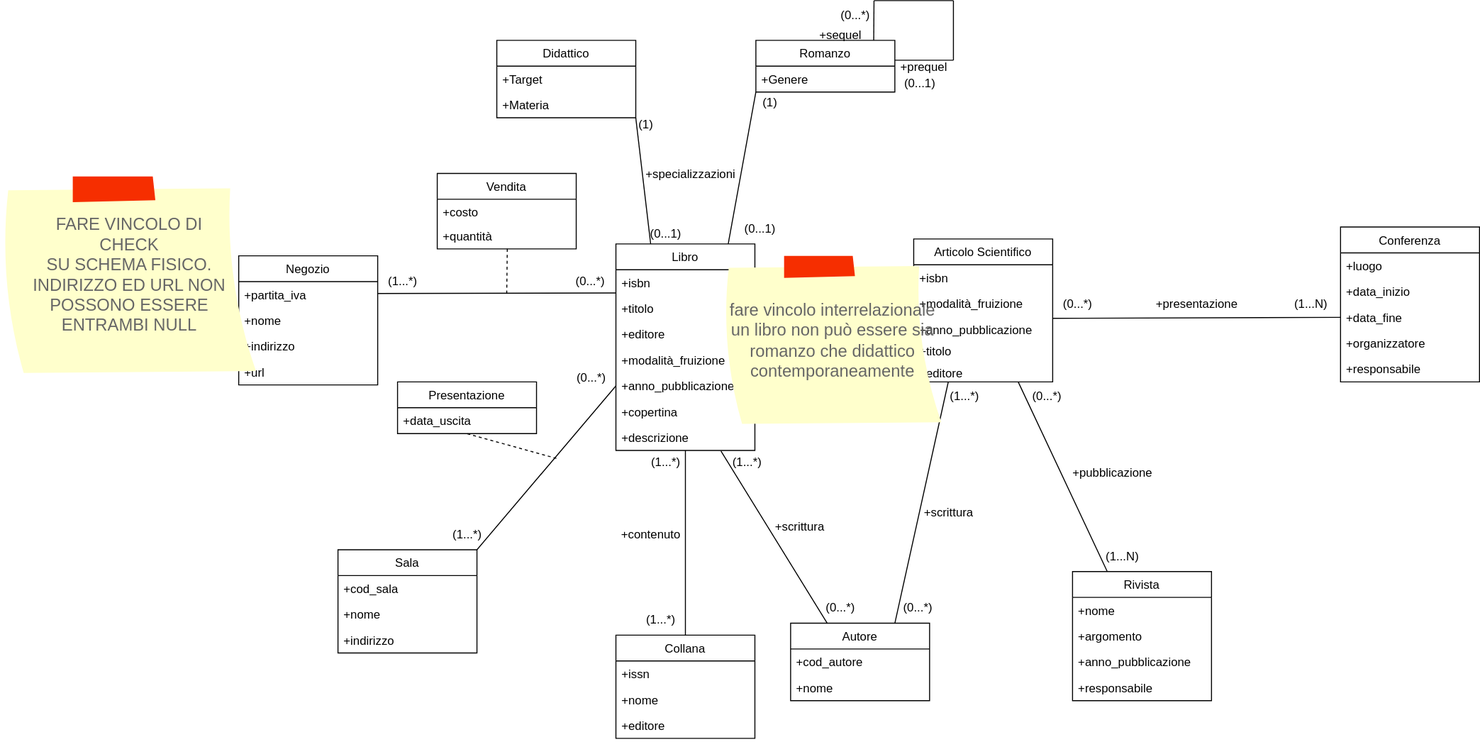
Before: Modello_Concettuale_Ristrutturato.drawio.svg, a diagram exported from draw.io (m3tt0/Progetto_OB_BASI). Source tidied: cells renumbered, new cells last; positions are measured from the earlier drawing's top-left corner, leaving out a move shared by most shapes.
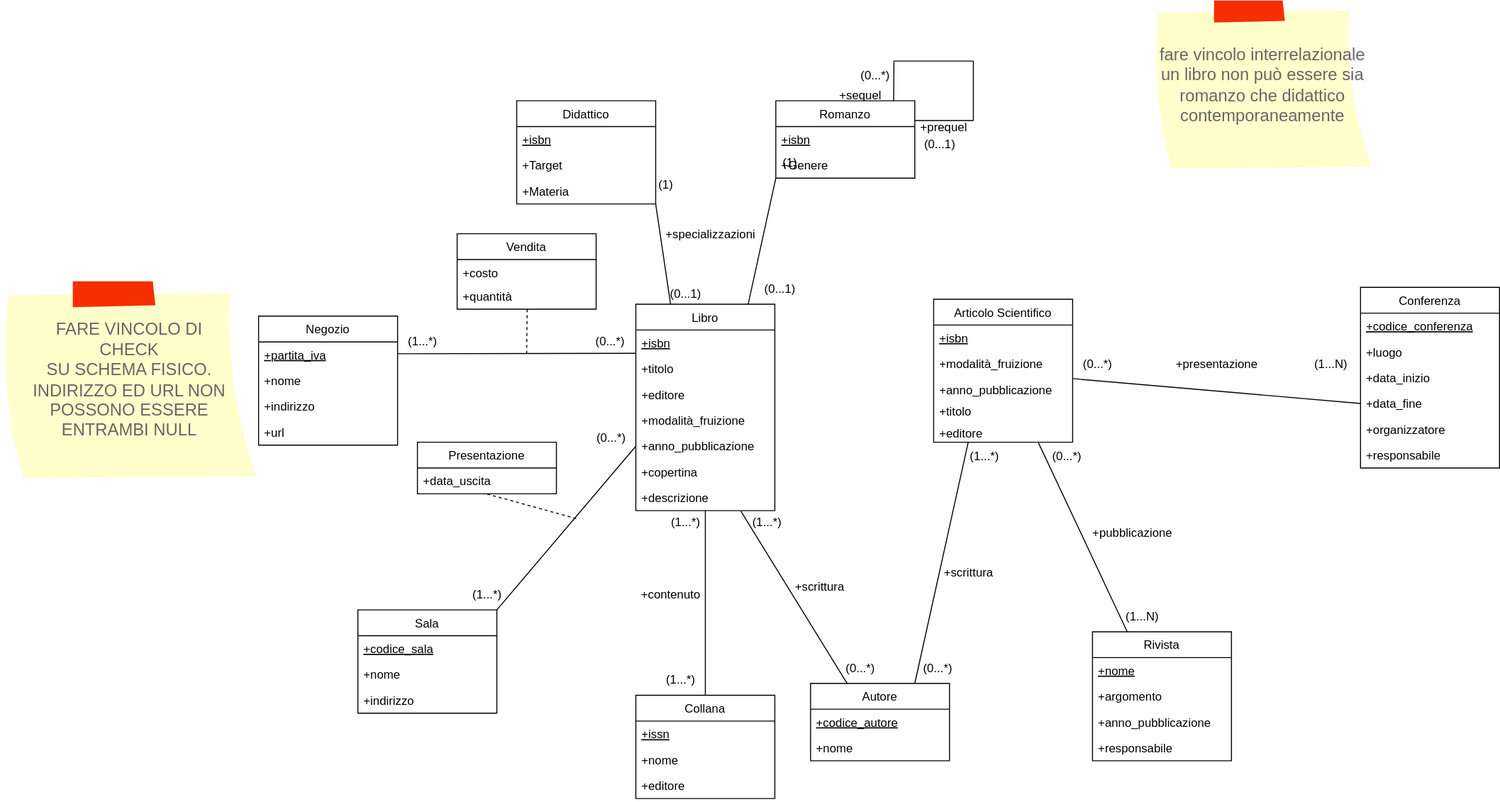
Above is the later version.

Commit message:
Aggiunti attributi identificatori

Change to the diagram source:
```diff
@@ -3,27 +3,30 @@
     <mxCell id="0" />
     <mxCell id="1" parent="0" />
     <mxCell id="2" value="Conferenza" style="swimlane;fontStyle=0;horizontal=1;startSize=26;fillColor=none;" parent="1" vertex="1">
-      <mxGeometry x="1350" y="228" width="140" height="156" as="geometry" />
+      <mxGeometry x="1350" y="228" width="140" height="182" as="geometry" />
     </mxCell>
+    <mxCell id="99" value="+codice_conferenza" style="text;strokeColor=none;fillColor=none;align=left;verticalAlign=top;spacingLeft=4;spacingRight=4;overflow=hidden;fontStyle=4;" parent="2" vertex="1">
+      <mxGeometry y="26" width="140" height="26" as="geometry" />
+    </mxCell>
     <mxCell id="3" value="+luogo" style="text;strokeColor=none;fillColor=none;align=left;verticalAlign=top;spacingLeft=4;spacingRight=4;overflow=hidden;" parent="2" vertex="1">
-      <mxGeometry y="26" width="140" height="26" as="geometry" />
+      <mxGeometry y="52" width="140" height="26" as="geometry" />
     </mxCell>
     <mxCell id="4" value="+data_inizio" style="text;strokeColor=none;fillColor=none;align=left;verticalAlign=top;spacingLeft=4;spacingRight=4;overflow=hidden;" parent="2" vertex="1">
-      <mxGeometry y="52" width="140" height="26" as="geometry" />
+      <mxGeometry y="78" width="140" height="26" as="geometry" />
     </mxCell>
     <mxCell id="5" value="+data_fine" style="text;strokeColor=none;fillColor=none;align=left;verticalAlign=top;spacingLeft=4;spacingRight=4;overflow=hidden;points=[[0,0.5],[1,0.5]];portConstraint=eastwest;" parent="2" vertex="1">
-      <mxGeometry y="78" width="140" height="26" as="geometry" />
+      <mxGeometry y="104" width="140" height="26" as="geometry" />
     </mxCell>
     <mxCell id="6" value="+organizzatore" style="text;strokeColor=none;fillColor=none;align=left;verticalAlign=top;spacingLeft=4;spacingRight=4;overflow=hidden;" parent="2" vertex="1">
-      <mxGeometry y="104" width="140" height="26" as="geometry" />
+      <mxGeometry y="130" width="140" height="26" as="geometry" />
     </mxCell>
     <mxCell id="7" value="+responsabile" style="text;strokeColor=none;fillColor=none;align=left;verticalAlign=top;spacingLeft=4;spacingRight=4;overflow=hidden;" parent="2" vertex="1">
-      <mxGeometry y="130" width="140" height="26" as="geometry" />
+      <mxGeometry y="156" width="140" height="26" as="geometry" />
     </mxCell>
     <mxCell id="8" value="Libro" style="swimlane;fontStyle=0;horizontal=1;startSize=26;fillColor=none;" parent="1" vertex="1">
       <mxGeometry x="620" y="245" width="140" height="208" as="geometry" />
     </mxCell>
-    <mxCell id="9" value="+isbn" style="text;strokeColor=none;fillColor=none;align=left;verticalAlign=top;spacingLeft=4;spacingRight=4;overflow=hidden;points=[[0,0.5],[1,0.5]];portConstraint=eastwest;" parent="8" vertex="1">
+    <mxCell id="9" value="+isbn" style="text;strokeColor=none;fillColor=none;align=left;verticalAlign=top;spacingLeft=4;spacingRight=4;overflow=hidden;points=[[0,0.5],[1,0.5]];portConstraint=eastwest;fontStyle=4;" parent="8" vertex="1">
       <mxGeometry y="26" width="140" height="26" as="geometry" />
     </mxCell>
     <mxCell id="10" value="+titolo" style="text;strokeColor=none;fillColor=none;align=left;verticalAlign=top;spacingLeft=4;spacingRight=4;overflow=hidden;" parent="8" vertex="1">
@@ -47,7 +50,7 @@
     <mxCell id="16" value="Articolo Scientifico" style="swimlane;fontStyle=0;horizontal=1;startSize=26;fillColor=none;" parent="1" vertex="1">
       <mxGeometry x="920" y="240" width="140" height="144" as="geometry" />
     </mxCell>
-    <mxCell id="17" value="+isbn" style="text;strokeColor=none;fillColor=none;align=left;verticalAlign=top;spacingLeft=4;spacingRight=4;overflow=hidden;" parent="16" vertex="1">
+    <mxCell id="17" value="+isbn" style="text;strokeColor=none;fillColor=none;align=left;verticalAlign=top;spacingLeft=4;spacingRight=4;overflow=hidden;fontStyle=4;" parent="16" vertex="1">
       <mxGeometry y="26" width="140" height="26" as="geometry" />
     </mxCell>
     <mxCell id="18" value="+modalità_fruizione" style="text;strokeColor=none;fillColor=none;align=left;verticalAlign=top;spacingLeft=4;spacingRight=4;overflow=hidden;" parent="16" vertex="1">
@@ -65,7 +68,7 @@
     <mxCell id="22" value="Autore" style="swimlane;fontStyle=0;horizontal=1;startSize=26;fillColor=none;" parent="1" vertex="1">
       <mxGeometry x="796" y="627" width="140" height="78" as="geometry" />
     </mxCell>
-    <mxCell id="23" value="+cod_autore" style="text;strokeColor=none;fillColor=none;align=left;verticalAlign=top;spacingLeft=4;spacingRight=4;overflow=hidden;" parent="22" vertex="1">
+    <mxCell id="23" value="+codice_autore" style="text;strokeColor=none;fillColor=none;align=left;verticalAlign=top;spacingLeft=4;spacingRight=4;overflow=hidden;fontStyle=4;" parent="22" vertex="1">
       <mxGeometry y="26" width="140" height="26" as="geometry" />
     </mxCell>
     <mxCell id="24" value="+nome" style="text;strokeColor=none;fillColor=none;align=left;verticalAlign=top;spacingLeft=4;spacingRight=4;overflow=hidden;" parent="22" vertex="1">
@@ -80,7 +83,7 @@
     <mxCell id="27" value="Rivista" style="swimlane;fontStyle=0;horizontal=1;startSize=26;fillColor=none;" parent="1" vertex="1">
       <mxGeometry x="1080" y="575" width="140" height="130" as="geometry" />
     </mxCell>
-    <mxCell id="28" value="+nome" style="text;strokeColor=none;fillColor=none;align=left;verticalAlign=top;spacingLeft=4;spacingRight=4;overflow=hidden;" parent="27" vertex="1">
+    <mxCell id="28" value="+nome" style="text;strokeColor=none;fillColor=none;align=left;verticalAlign=top;spacingLeft=4;spacingRight=4;overflow=hidden;fontStyle=4;" parent="27" vertex="1">
       <mxGeometry y="26" width="140" height="26" as="geometry" />
     </mxCell>
     <mxCell id="29" value="+argomento" style="text;strokeColor=none;fillColor=none;align=left;verticalAlign=top;spacingLeft=4;spacingRight=4;overflow=hidden;" parent="27" vertex="1">
@@ -137,7 +140,7 @@
     <mxCell id="46" value="Negozio" style="swimlane;fontStyle=0;horizontal=1;startSize=26;fillColor=none;" parent="1" vertex="1">
       <mxGeometry x="240" y="257" width="140" height="130" as="geometry" />
     </mxCell>
-    <mxCell id="47" value="+partita_iva" style="text;strokeColor=none;fillColor=none;align=left;verticalAlign=top;spacingLeft=4;spacingRight=4;overflow=hidden;points=[[0,0.5],[1,0.5]];portConstraint=eastwest;" parent="46" vertex="1">
+    <mxCell id="47" value="+partita_iva" style="text;strokeColor=none;fillColor=none;align=left;verticalAlign=top;spacingLeft=4;spacingRight=4;overflow=hidden;points=[[0,0.5],[1,0.5]];portConstraint=eastwest;horizontal=1;fontStyle=4;" parent="46" vertex="1">
       <mxGeometry y="26" width="140" height="26" as="geometry" />
     </mxCell>
     <mxCell id="48" value="+nome" style="text;strokeColor=none;fillColor=none;align=left;verticalAlign=top;spacingLeft=4;spacingRight=4;overflow=hidden;" parent="46" vertex="1">
@@ -181,7 +184,7 @@
     <mxCell id="60" value="Collana" style="swimlane;fontStyle=0;horizontal=1;startSize=26;fillColor=none;" parent="1" vertex="1">
       <mxGeometry x="620" y="639" width="140" height="104" as="geometry" />
     </mxCell>
-    <mxCell id="61" value="+issn" style="text;strokeColor=none;fillColor=none;align=left;verticalAlign=top;spacingLeft=4;spacingRight=4;overflow=hidden;" parent="60" vertex="1">
+    <mxCell id="61" value="+issn" style="text;strokeColor=none;fillColor=none;align=left;verticalAlign=top;spacingLeft=4;spacingRight=4;overflow=hidden;fontStyle=4;" parent="60" vertex="1">
       <mxGeometry y="26" width="140" height="26" as="geometry" />
     </mxCell>
     <mxCell id="62" value="+nome" style="text;strokeColor=none;fillColor=none;align=left;verticalAlign=top;spacingLeft=4;spacingRight=4;overflow=hidden;" parent="60" vertex="1">
@@ -205,7 +208,7 @@
     <mxCell id="68" value="Sala" style="swimlane;fontStyle=0;horizontal=1;startSize=26;fillColor=none;" parent="1" vertex="1">
       <mxGeometry x="340" y="553" width="140" height="104" as="geometry" />
     </mxCell>
-    <mxCell id="69" value="+cod_sala" style="text;strokeColor=none;fillColor=none;align=left;verticalAlign=top;spacingLeft=4;spacingRight=4;overflow=hidden;" parent="68" vertex="1">
+    <mxCell id="69" value="+codice_sala" style="text;strokeColor=none;fillColor=none;align=left;verticalAlign=top;spacingLeft=4;spacingRight=4;overflow=hidden;fontStyle=4;" parent="68" vertex="1">
       <mxGeometry y="26" width="140" height="26" as="geometry" />
     </mxCell>
     <mxCell id="70" value="+nome" style="text;strokeColor=none;fillColor=none;align=left;verticalAlign=top;spacingLeft=4;spacingRight=4;overflow=hidden;" parent="68" vertex="1">
@@ -232,22 +235,28 @@
       </mxGeometry>
     </mxCell>
     <mxCell id="77" value="FARE VINCOLO DI &lt;br&gt;CHECK &lt;br&gt;SU SCHEMA FISICO.&lt;br&gt;INDIRIZZO ED URL NON POSSONO ESSERE &lt;br&gt;ENTRAMBI NULL" style="strokeWidth=1;shadow=0;dashed=0;align=center;html=1;shape=mxgraph.mockup.text.stickyNote2;fontColor=#666666;mainText=;fontSize=17;whiteSpace=wrap;fillColor=#ffffcc;strokeColor=#F62E00;" parent="1" vertex="1">
-      <mxGeometry y="177" width="260" height="200" as="geometry" />
+      <mxGeometry x="-20" y="222" width="260" height="200" as="geometry" />
     </mxCell>
     <mxCell id="78" value="Didattico" style="swimlane;fontStyle=0;horizontal=1;startSize=26;fillColor=none;" parent="1" vertex="1">
-      <mxGeometry x="500" y="40" width="140" height="78" as="geometry" />
+      <mxGeometry x="500" y="40" width="140" height="104" as="geometry" />
     </mxCell>
+    <mxCell id="100" value="+isbn" style="text;strokeColor=none;fillColor=none;align=left;verticalAlign=top;spacingLeft=4;spacingRight=4;overflow=hidden;fontStyle=4;" parent="78" vertex="1">
+      <mxGeometry y="26" width="140" height="26" as="geometry" />
+    </mxCell>
     <mxCell id="79" value="+Target" style="text;strokeColor=none;fillColor=none;align=left;verticalAlign=top;spacingLeft=4;spacingRight=4;overflow=hidden;" parent="78" vertex="1">
-      <mxGeometry y="26" width="140" height="26" as="geometry" />
+      <mxGeometry y="52" width="140" height="26" as="geometry" />
     </mxCell>
     <mxCell id="80" value="+Materia" style="text;strokeColor=none;fillColor=none;align=left;verticalAlign=top;spacingLeft=4;spacingRight=4;overflow=hidden;" parent="78" vertex="1">
-      <mxGeometry y="52" width="140" height="26" as="geometry" />
+      <mxGeometry y="78" width="140" height="26" as="geometry" />
     </mxCell>
     <mxCell id="81" value="Romanzo" style="swimlane;fontStyle=0;horizontal=1;startSize=26;fillColor=none;" parent="1" vertex="1">
-      <mxGeometry x="761" y="40" width="140" height="52" as="geometry" />
+      <mxGeometry x="761" y="40" width="140" height="78" as="geometry" />
     </mxCell>
+    <mxCell id="101" value="+isbn" style="text;strokeColor=none;fillColor=none;align=left;verticalAlign=top;spacingLeft=4;spacingRight=4;overflow=hidden;fontStyle=4;" parent="81" vertex="1">
+      <mxGeometry y="26" width="140" height="26" as="geometry" />
+    </mxCell>
     <mxCell id="82" value="+Genere" style="text;strokeColor=none;fillColor=none;align=left;verticalAlign=top;spacingLeft=4;spacingRight=4;overflow=hidden;" parent="81" vertex="1">
-      <mxGeometry y="26" width="140" height="26" as="geometry" />
+      <mxGeometry y="52" width="140" height="26" as="geometry" />
     </mxCell>
     <mxCell id="83" style="endArrow=none;html=1;rounded=0;exitX=0.848;exitY=0.001;exitDx=0;exitDy=0;exitPerimeter=0;" parent="1" edge="1" source="81">
       <mxGeometry relative="1" as="geometry">
@@ -306,7 +315,7 @@
       <mxGeometry x="640" y="160" width="110" height="30" as="geometry" />
     </mxCell>
     <mxCell id="98" value="fare vincolo interrelazionale&lt;br&gt;un libro non può essere sia romanzo che didattico contemporaneamente" style="strokeWidth=1;shadow=0;dashed=0;align=center;html=1;shape=mxgraph.mockup.text.stickyNote2;fontColor=#666666;mainText=;fontSize=17;whiteSpace=wrap;fillColor=#ffffcc;strokeColor=#F62E00;" parent="1" vertex="1">
-      <mxGeometry x="727" y="257" width="223" height="171" as="geometry" />
+      <mxGeometry x="1140" y="-61" width="223" height="171" as="geometry" />
     </mxCell>
   </root>
 </mxGraphModel>
```
